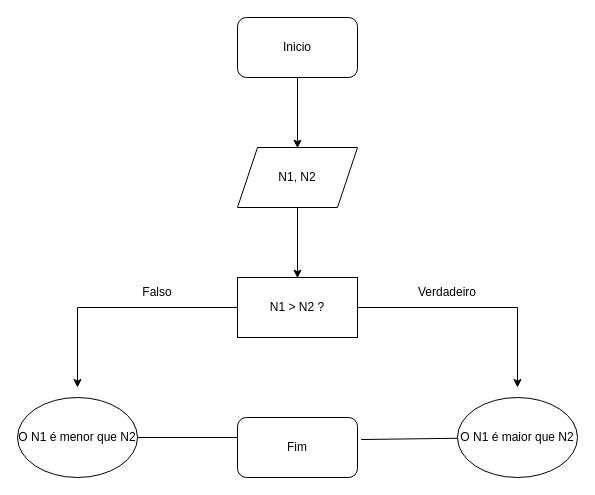
This is page "Exercicio A" (1 of 3) of ADO01 PI .drawio from Balduscojv/ADO-PI, a draw.io file, before an edit. Source tidied: cells renumbered, new cells numbered last; positions are measured from the earlier drawing's top-left corner, leaving out a move shared by most shapes. Both pictures are drawn from the tidied source at 100%, with x=0, y=0 at pixel (17, 17).
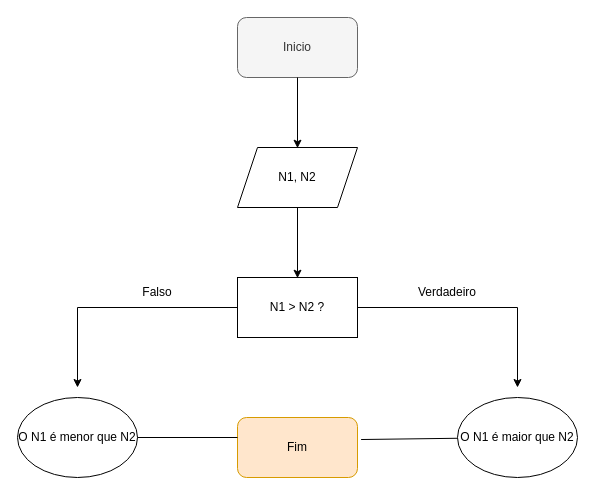
Above is the later version.

Diff of the diagram source:
```diff
@@
-    <mxCell id="2" value="Inicio" style="rounded=1;whiteSpace=wrap;html=1;" parent="1" vertex="1">
+    <mxCell id="2" value="Inicio" style="rounded=1;whiteSpace=wrap;html=1;fillColor=#f5f5f5;fontColor=#333333;strokeColor=#666666;" parent="1" vertex="1">
       <mxGeometry x="220" width="120" height="60" as="geometry" />
     </mxCell>
@@
-    <mxCell id="13" value="Fim" style="rounded=1;whiteSpace=wrap;html=1;" parent="1" vertex="1">
+    <mxCell id="13" value="Fim" style="rounded=1;whiteSpace=wrap;html=1;fillColor=#ffe6cc;strokeColor=#d79b00;" parent="1" vertex="1">
       <mxGeometry x="220" y="400" width="120" height="60" as="geometry" />
     </mxCell>
```
